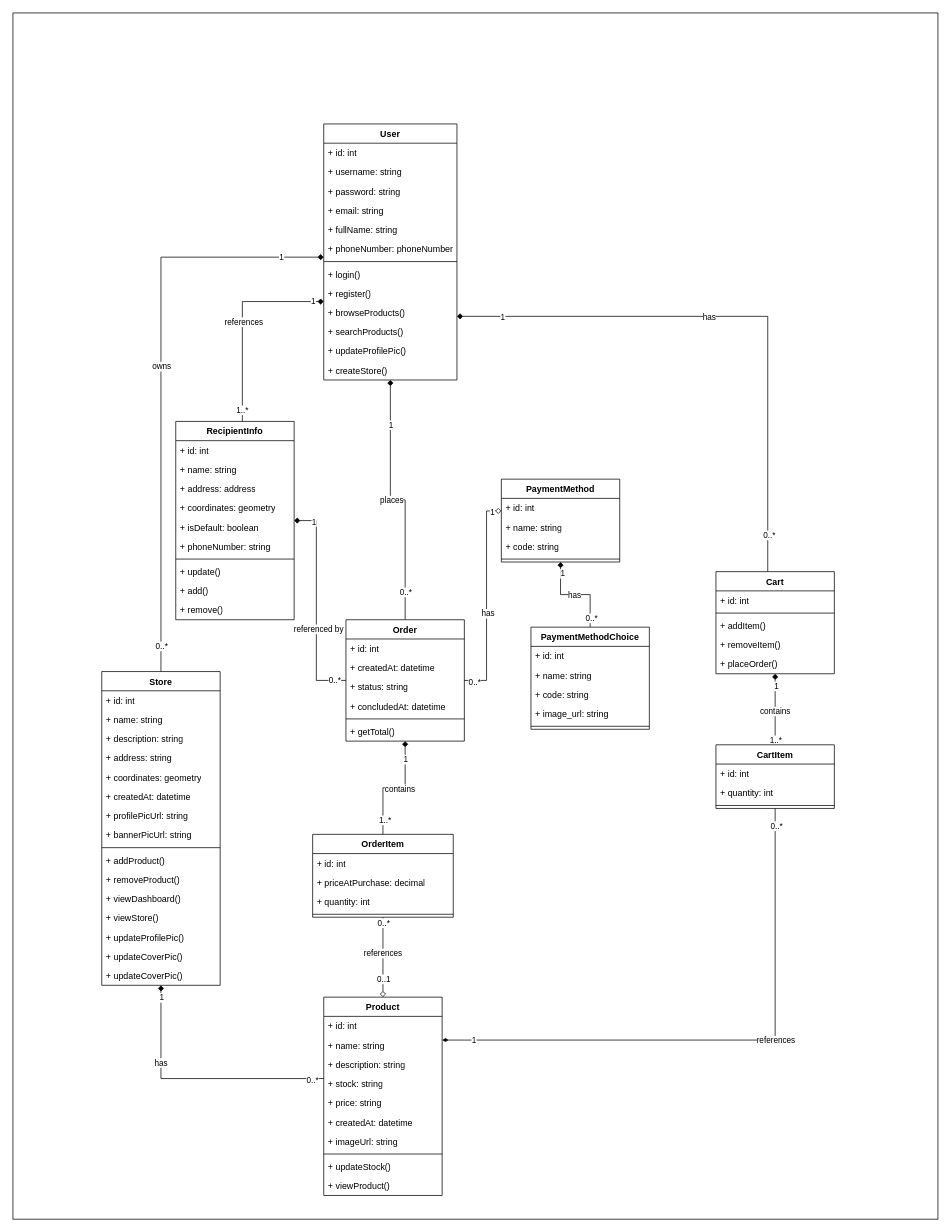
Above: page "Class Diagram (General INC)" (1 of 4) of diagrams/e-commerce-class-diagram.drawio in RHILIUS/E-Commerce-Docs (draw.io), before the change. Source tidied: cells renumbered, new cells numbered last; positions are measured from the earlier drawing's top-left corner, leaving out a move shared by most shapes. Both pictures are drawn from the tidied source at 74%, with x=0, y=0 at pixel (13, 13).
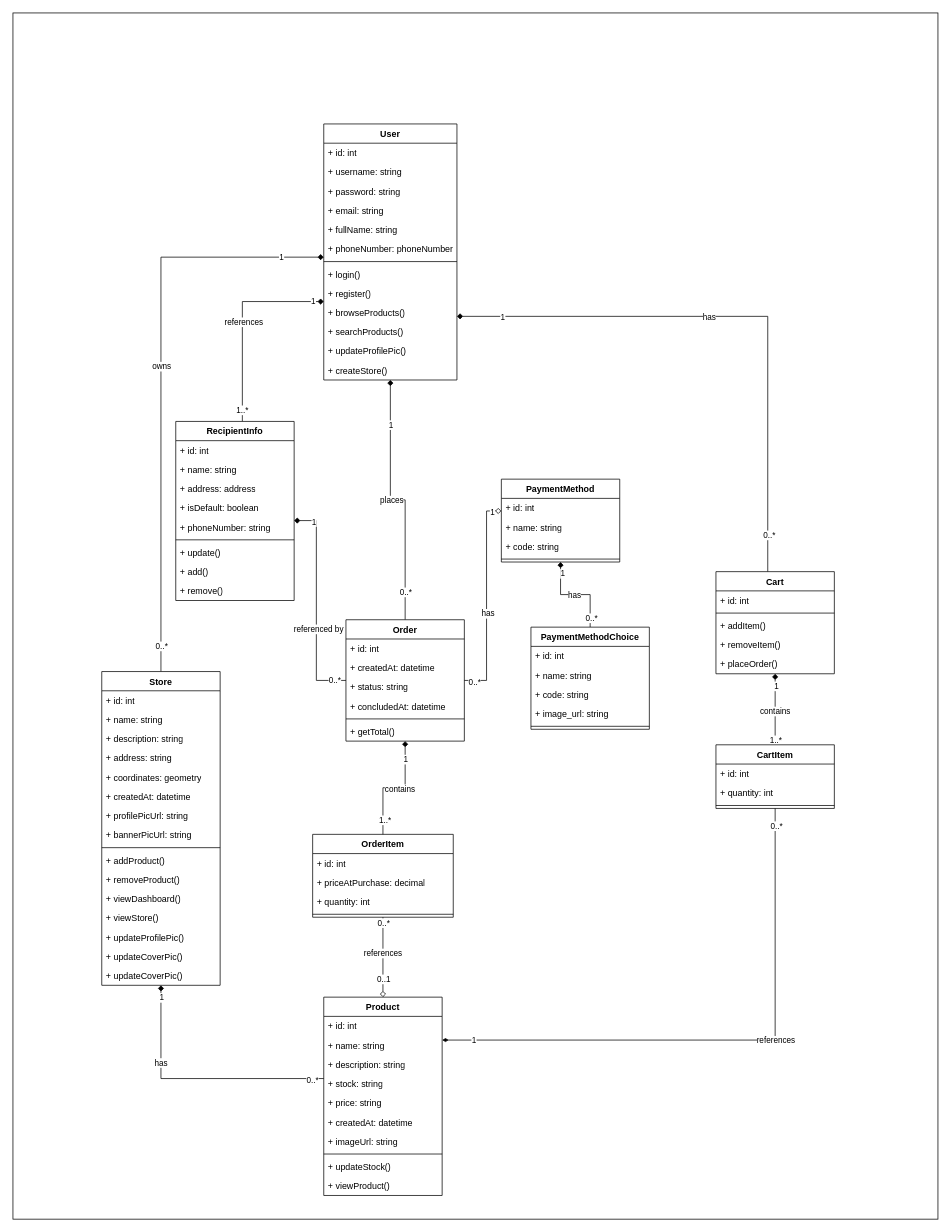
The same page after the edit.

Change to the diagram source:
```diff
@@
     <mxCell id="111" value="RecipientInfo" style="swimlane;fontStyle=1;align=center;verticalAlign=top;horizontal=1;startSize=26;whiteSpace=wrap;html=1;" parent="1" vertex="1">
-      <mxGeometry x="220" y="552" width="160" height="268" as="geometry" />
+      <mxGeometry x="220" y="552" width="160" height="242" as="geometry" />
     </mxCell>
@@
-    <mxCell id="115" value="+ coordinates: geometry" style="text;strokeColor=none;fillColor=none;align=left;verticalAlign=top;spacingLeft=4;spacingRight=4;overflow=hidden;whiteSpace=wrap;html=1;" parent="111" vertex="1">
-      <mxGeometry y="104" width="160" height="26" as="geometry" />
-    </mxCell>
     <mxCell id="116" value="+ isDefault: boolean" style="text;strokeColor=none;fillColor=none;align=left;verticalAlign=top;spacingLeft=4;spacingRight=4;overflow=hidden;whiteSpace=wrap;html=1;" parent="111" vertex="1">
-      <mxGeometry y="130" width="160" height="26" as="geometry" />
+      <mxGeometry y="104" width="160" height="26" as="geometry" />
     </mxCell>
     <mxCell id="117" value="+ phoneNumber: string" style="text;strokeColor=none;fillColor=none;align=left;verticalAlign=top;spacingLeft=4;spacingRight=4;overflow=hidden;whiteSpace=wrap;html=1;" parent="111" vertex="1">
-      <mxGeometry y="156" width="160" height="26" as="geometry" />
+      <mxGeometry y="130" width="160" height="26" as="geometry" />
     </mxCell>
     <mxCell id="118" style="line;strokeWidth=1;fillColor=none;align=left;verticalAlign=middle;spacingTop=-1;spacingLeft=3;spacingRight=3;labelPosition=right;strokeColor=inherit;" parent="111" vertex="1">
-      <mxGeometry y="182" width="160" height="8" as="geometry" />
+      <mxGeometry y="156" width="160" height="8" as="geometry" />
     </mxCell>
     <mxCell id="119" value="+ update()" style="text;strokeColor=none;fillColor=none;align=left;verticalAlign=top;spacingLeft=4;spacingRight=4;overflow=hidden;whiteSpace=wrap;html=1;" parent="111" vertex="1">
-      <mxGeometry y="190" width="160" height="26" as="geometry" />
+      <mxGeometry y="164" width="160" height="26" as="geometry" />
     </mxCell>
     <mxCell id="120" value="+ add()" style="text;strokeColor=none;fillColor=none;align=left;verticalAlign=top;spacingLeft=4;spacingRight=4;overflow=hidden;whiteSpace=wrap;html=1;" parent="111" vertex="1">
-      <mxGeometry y="216" width="160" height="26" as="geometry" />
+      <mxGeometry y="190" width="160" height="26" as="geometry" />
     </mxCell>
     <mxCell id="121" value="+ remove()" style="text;strokeColor=none;fillColor=none;align=left;verticalAlign=top;spacingLeft=4;spacingRight=4;overflow=hidden;whiteSpace=wrap;html=1;" parent="111" vertex="1">
-      <mxGeometry y="242" width="160" height="26" as="geometry" />
+      <mxGeometry y="216" width="160" height="26" as="geometry" />
     </mxCell>
```
